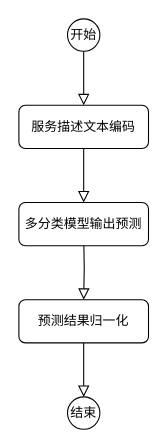
BUAAw-ML/ganbert keeps this draw.io diagram as Untitled Diagram3.drawio. Above is the earlier version. Source tidied: cells renumbered, new cells numbered last; positions are measured from the earlier drawing's top-left corner, leaving out a move shared by most shapes. Both pictures are drawn from the tidied source at 108%, with x=0, y=0 at pixel (18, 18).
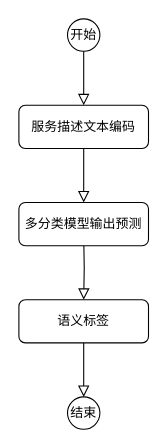
After the change.

The edit, as a diff of the source:
```diff
@@
 <mxGraphModel>
   <root>
     <mxCell id="0" />
     <mxCell id="1" parent="0" />
     <mxCell id="2" style="rounded=0;html=1;jettySize=auto;fontSize=11;endArrow=block;endFill=0;endSize=8;strokeWidth=1;shadow=0;labelBackgroundColor=none;edgeStyle=orthogonalEdgeStyle;entryX=0.5;entryY=0;entryDx=0;entryDy=0;" parent="1" edge="1" source="3" target="7">
       <mxGeometry relative="1" as="geometry" />
     </mxCell>
     <mxCell id="3" value="服务描述文本编码" style="rounded=1;whiteSpace=wrap;html=1;fontSize=12;glass=0;strokeWidth=1;shadow=0;" parent="1" vertex="1">
       <mxGeometry y="80" width="120" height="40" as="geometry" />
     </mxCell>
     <mxCell id="4" style="rounded=0;html=1;jettySize=auto;fontSize=11;endArrow=block;endFill=0;endSize=8;strokeWidth=1;shadow=0;labelBackgroundColor=none;edgeStyle=orthogonalEdgeStyle;" parent="1" edge="1" target="5">
       <mxGeometry x="0.33" y="20" relative="1" as="geometry">
         <mxPoint x="60" y="200" as="sourcePoint" />
       </mxGeometry>
     </mxCell>
-    <mxCell id="5" value="预测结果归一化" style="rounded=1;whiteSpace=wrap;html=1;fontSize=12;glass=0;strokeWidth=1;shadow=0;" parent="1" vertex="1">
+    <mxCell id="5" value="语义标签" style="rounded=1;whiteSpace=wrap;html=1;fontSize=12;glass=0;strokeWidth=1;shadow=0;" parent="1" vertex="1">
       <mxGeometry y="260" width="120" height="40" as="geometry" />
     </mxCell>
     <mxCell id="6" value="开始" style="ellipse;whiteSpace=wrap;html=1;" parent="1" vertex="1">
       <mxGeometry x="45" width="30" height="30" as="geometry" />
     </mxCell>
     <mxCell id="7" value="多分类模型输出预测" style="rounded=1;whiteSpace=wrap;html=1;fontSize=12;glass=0;strokeWidth=1;shadow=0;" parent="1" vertex="1">
       <mxGeometry y="170" width="120" height="40" as="geometry" />
     </mxCell>
     <mxCell id="8" value="结束" style="ellipse;whiteSpace=wrap;html=1;" parent="1" vertex="1">
       <mxGeometry x="45" y="350" width="30" height="30" as="geometry" />
     </mxCell>
     <mxCell id="9" style="rounded=0;html=1;jettySize=auto;fontSize=11;endArrow=block;endFill=0;endSize=8;strokeWidth=1;shadow=0;labelBackgroundColor=none;edgeStyle=orthogonalEdgeStyle;exitX=0.5;exitY=1;exitDx=0;exitDy=0;" parent="1" edge="1" source="6" target="3">
       <mxGeometry x="0.33" y="20" relative="1" as="geometry" />
     </mxCell>
     <mxCell id="10" style="rounded=0;html=1;jettySize=auto;fontSize=11;endArrow=block;endFill=0;endSize=8;strokeWidth=1;shadow=0;labelBackgroundColor=none;edgeStyle=orthogonalEdgeStyle;exitX=0.5;exitY=1;exitDx=0;exitDy=0;entryX=0.5;entryY=0;entryDx=0;entryDy=0;" parent="1" edge="1" source="5" target="8">
       <mxGeometry x="0.33" y="20" relative="1" as="geometry" />
     </mxCell>
   </root>
 </mxGraphModel>
```
